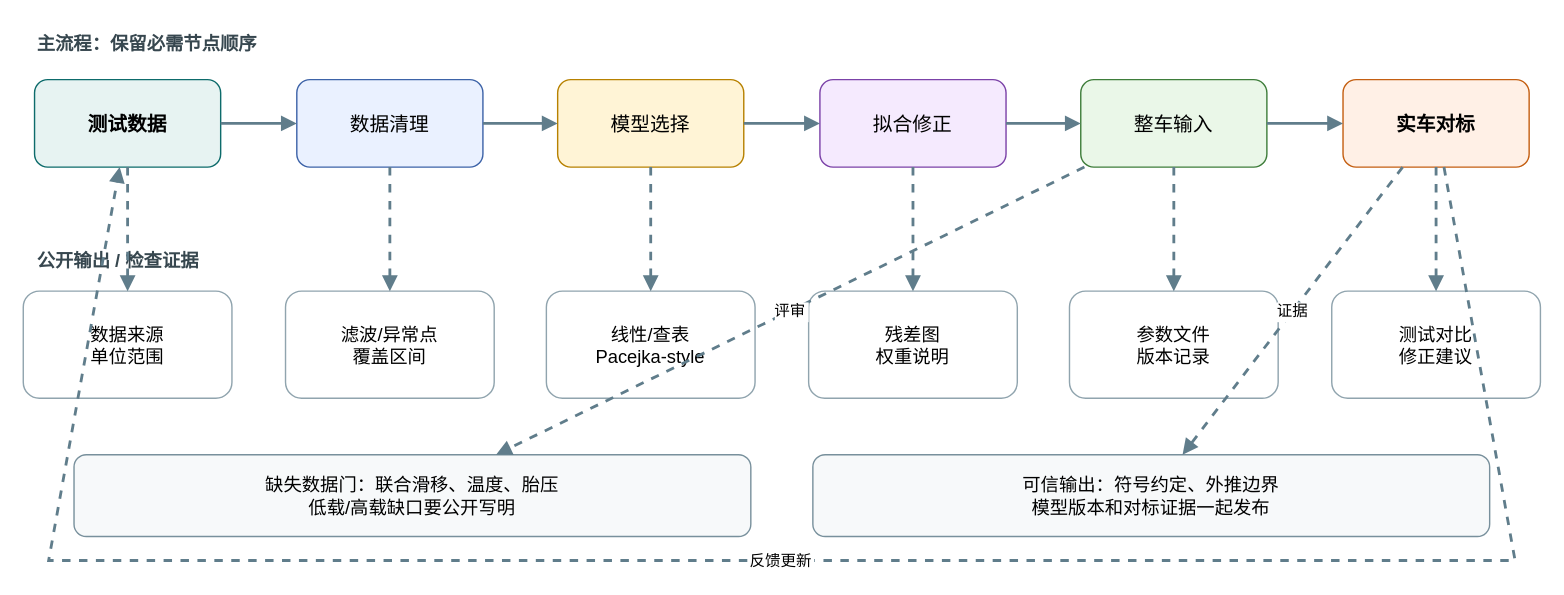
Above: assets/diagrams/tire-data-flow.drawio in onebulletkick/suspension_opensource (draw.io), before the change. Source tidied: cells renumbered, new cells numbered last; positions are measured from the earlier drawing's top-left corner, leaving out a move shared by most shapes. Both pictures are drawn from the tidied source at 141%, with x=0, y=0 at pixel (23, 23).
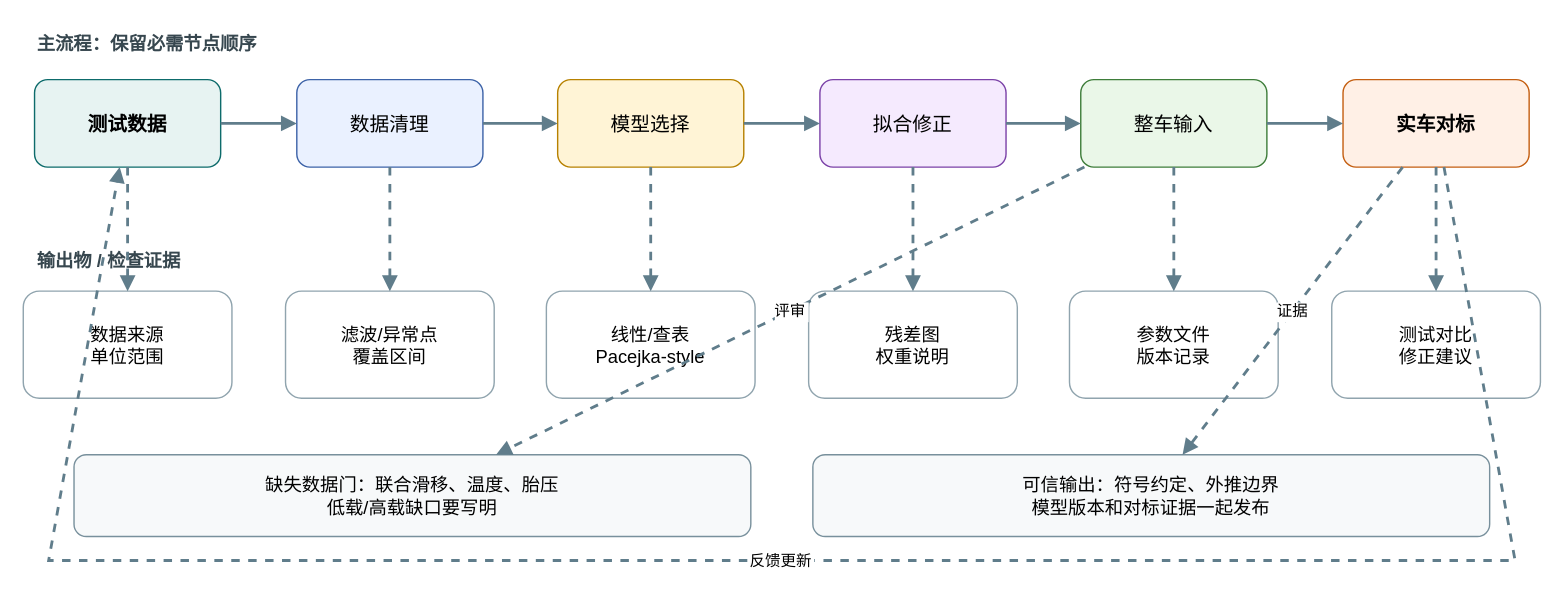
After the change.

What changed in the source:
```diff
@@
-    <mxCell id="3" value="公开输出 / 检查证据" style="text;html=0;strokeColor=none;fillColor=none;align=left;verticalAlign=middle;rounded=0;fontSize=13;fontStyle=1;fontColor=#37474f;" parent="1" vertex="1">
+    <mxCell id="3" value="输出物 / 检查证据" style="text;html=0;strokeColor=none;fillColor=none;align=left;verticalAlign=middle;rounded=0;fontSize=13;fontStyle=1;fontColor=#37474f;" parent="1" vertex="1">
       <mxGeometry x="8" y="154" width="360" height="28" as="geometry" />
     </mxCell>
@@
-    <mxCell id="27" value="缺失数据门：联合滑移、温度、胎压&#10;低载/高载缺口要公开写明" style="rounded=1;html=0;fillColor=#f7f9fa;strokeColor=#78909c;fontSize=14;fontSize=13;" parent="1" vertex="1">
+    <mxCell id="27" value="缺失数据门：联合滑移、温度、胎压&#10;低载/高载缺口要写明" style="rounded=1;html=0;fillColor=#f7f9fa;strokeColor=#78909c;fontSize=14;fontSize=13;" parent="1" vertex="1">
       <mxGeometry x="36" y="306" width="480" height="58" as="geometry" />
     </mxCell>
```
